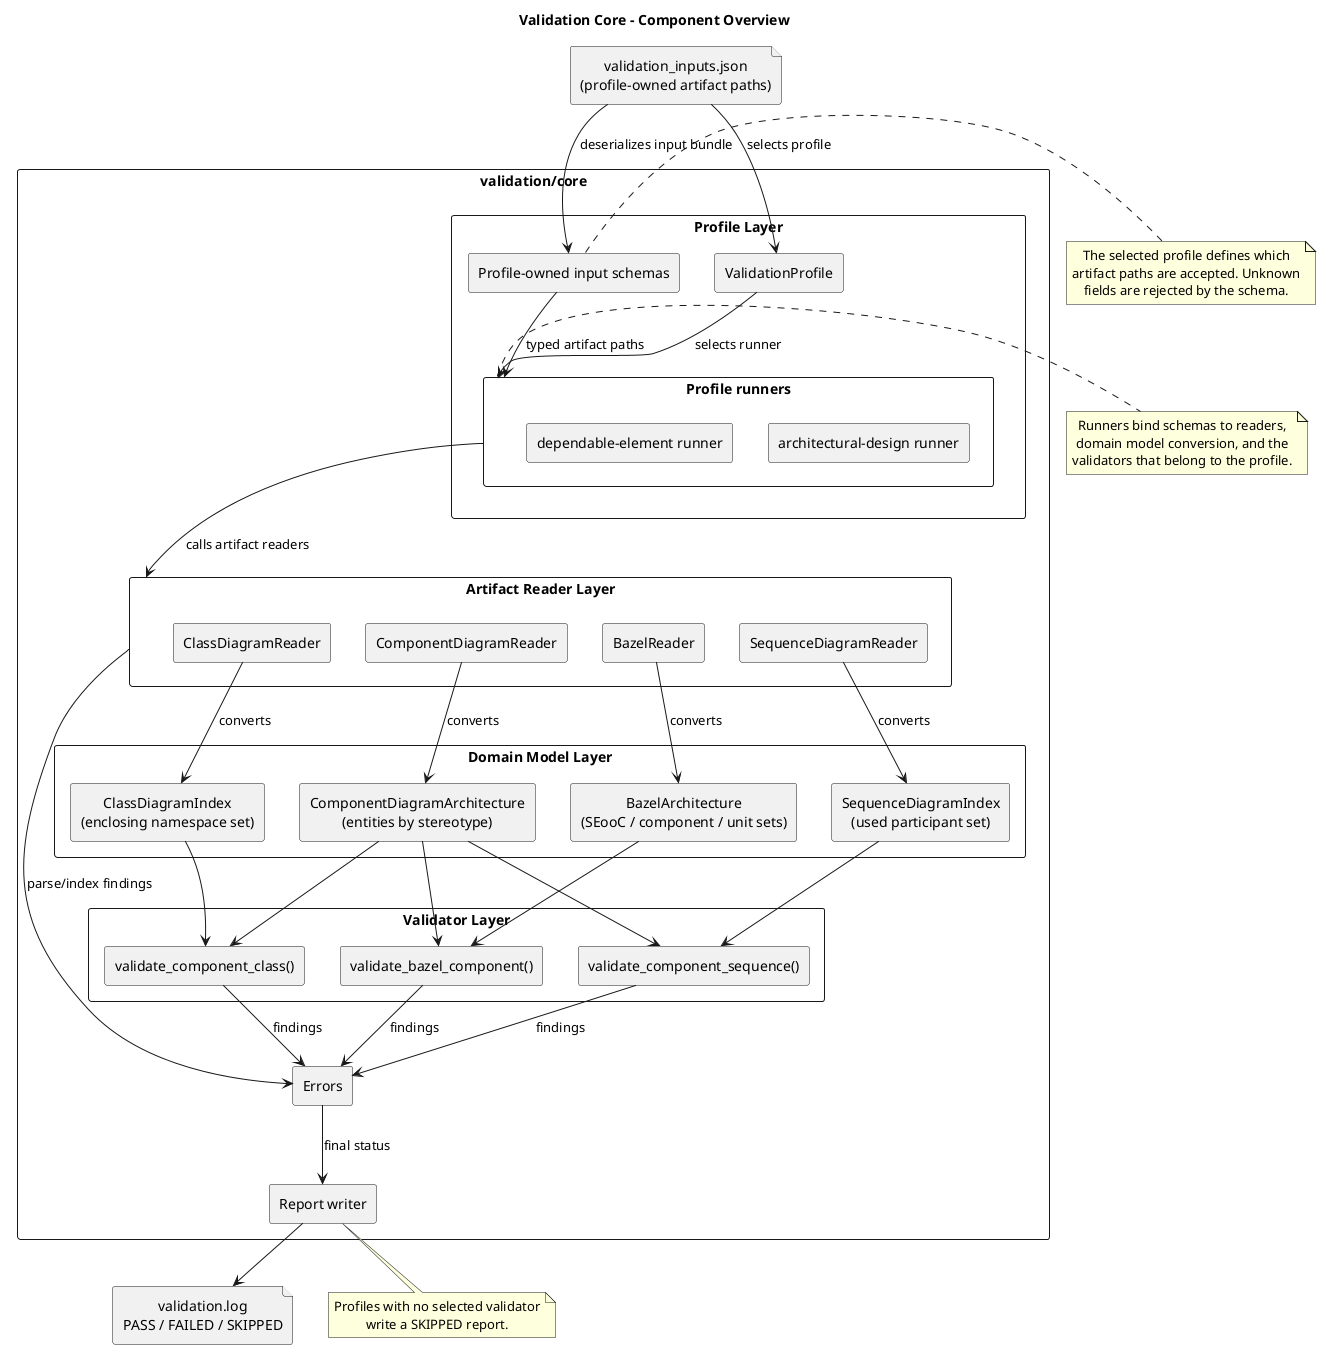
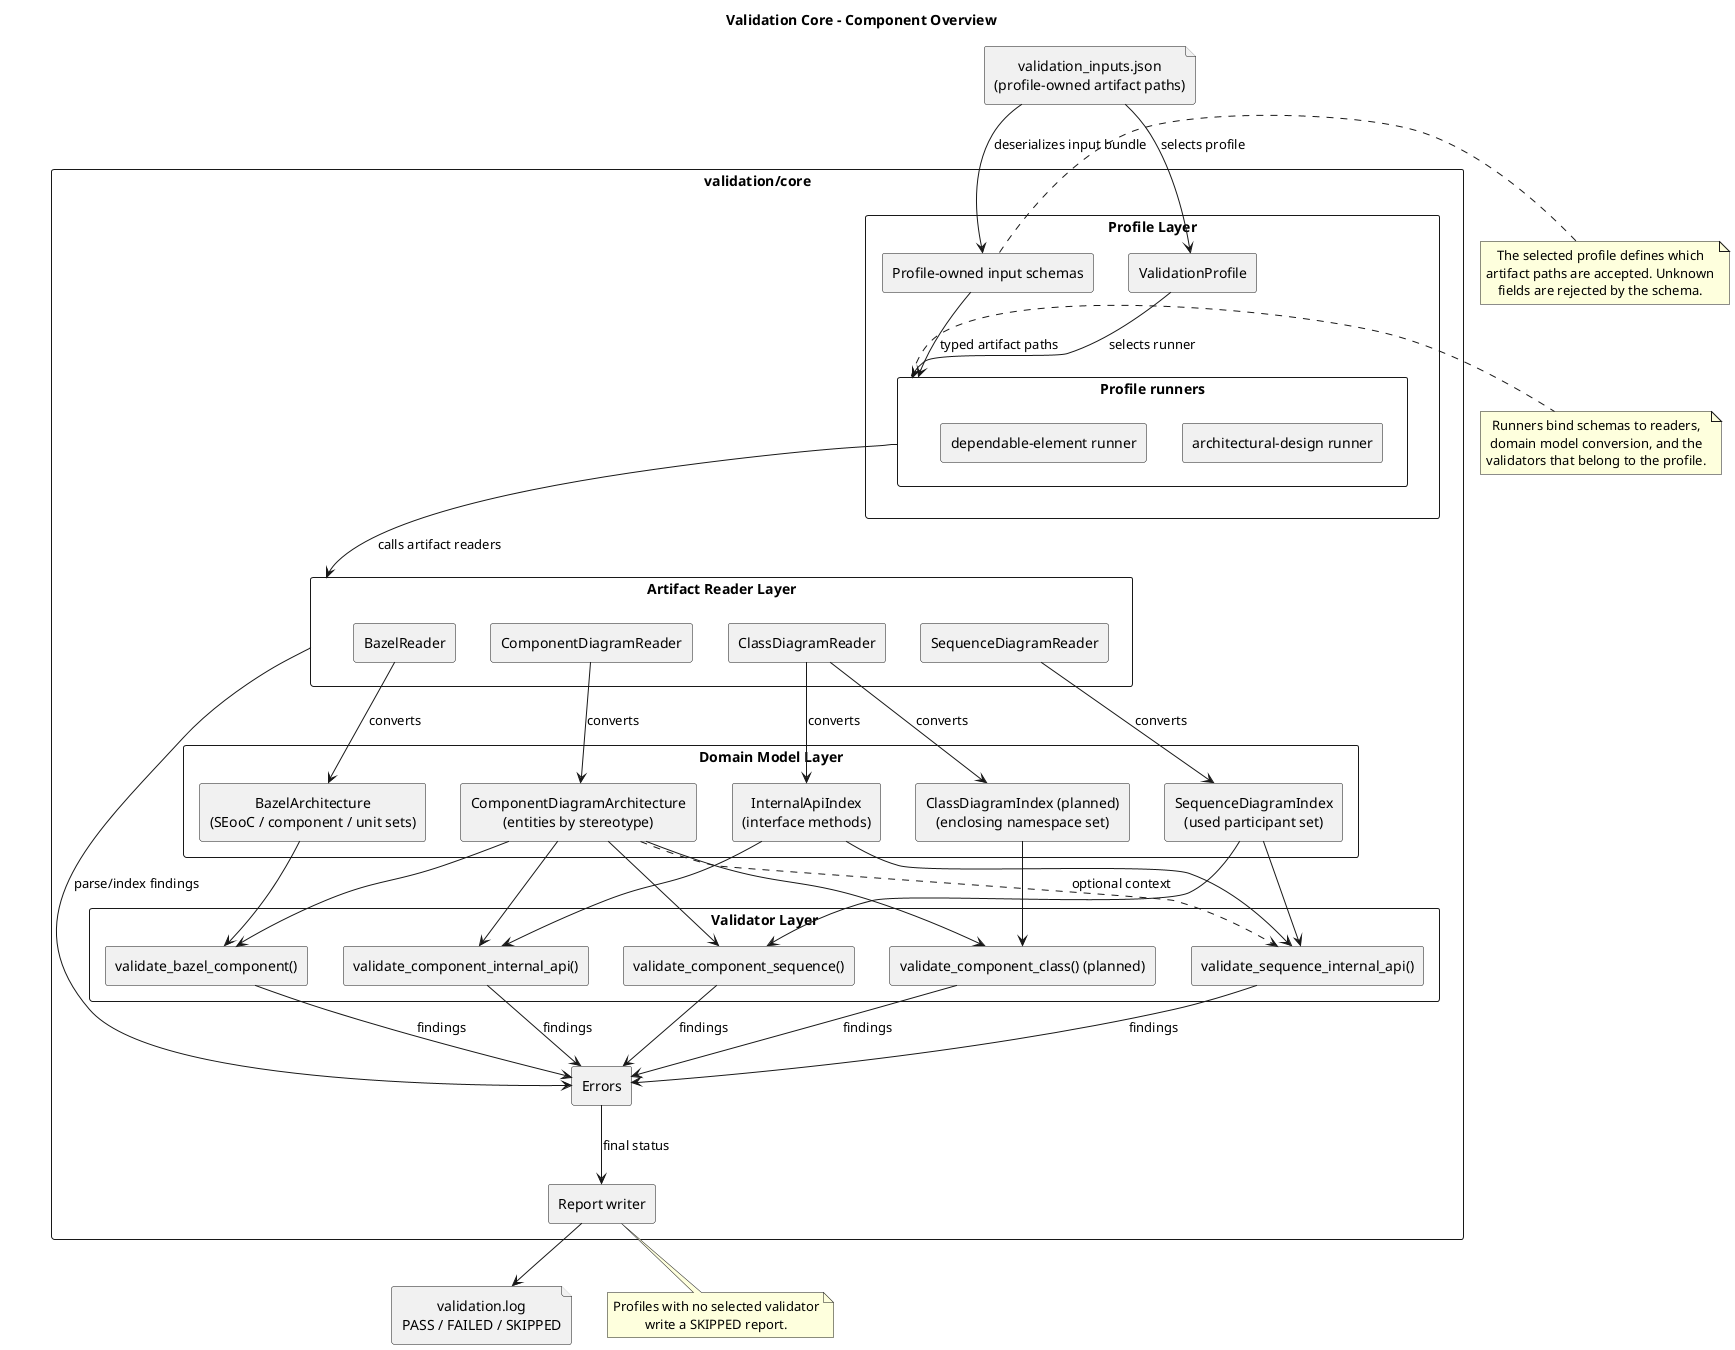
' *******************************************************************************
' Copyright (c) 2026 Contributors to the Eclipse Foundation
'
' See the NOTICE file(s) distributed with this work for additional
' information regarding copyright ownership.
'
' This program and the accompanying materials are made available under the
' terms of the Apache License Version 2.0 which is available at
' https://www.apache.org/licenses/LICENSE-2.0
'
' SPDX-License-Identifier: Apache-2.0
' *******************************************************************************

@startuml validation_core_overview
title Validation Core - Component Overview

skinparam packageStyle rectangle
skinparam shadowing false
skinparam defaultTextAlignment center
skinparam componentStyle rectangle

' Input bundle: external contract for profile-owned artifact paths
file "validation_inputs.json\n(profile-owned artifact paths)" as InputBundle

package "validation/core" {
  ' Profiles: select validation scope and own input schemas
  package "Profile Layer" as ProfileLayer {
    component "ValidationProfile" as Profile
    component "Profile-owned input schemas" as Schemas
    package "Profile runners" as Runners {
      component "architectural-design runner" as ADRunner
      component "dependable-element runner" as DERunner
    }
  }

  ' Readers: parse raw file formats into typed raw models
  package "Artifact Reader Layer" as ReaderLayer {
    component "BazelReader" as BR
    component "ComponentDiagramReader" as CDR
    component "SequenceDiagramReader" as SDR
    component "ClassDiagramReader" as ClDR
  }

  ' Models: indexed, query-ready in-memory representations
  package "Domain Model Layer" as ModelLayer {
    component "BazelArchitecture\n(SEooC / component / unit sets)" as MBazel
    component "ComponentDiagramArchitecture\n(entities by stereotype)" as MComp
    component "SequenceDiagramIndex\n(used participant set)" as MSeq
-     component "ClassDiagramIndex\n(enclosing namespace set)" as MClass
+     component "ClassDiagramIndex (planned)\n(enclosing namespace set)" as MClass
+     component "InternalApiIndex\n(interface methods)" as MInternalApi
  }

  ' Validators: compare domain models and return accumulated findings
  package "Validator Layer" as ValidatorLayer {
    component "validate_bazel_component()" as VBC
-     component "validate_component_class()" as VCC
+     component "validate_component_class() (planned)" as VCC
+     component "validate_component_internal_api()" as VCIA
    component "validate_component_sequence()" as VCS
+     component "validate_sequence_internal_api()" as VSIA
  }

  ' Reporting: collect findings and write validation reports
  component "Errors" as Err
  component "Report writer" as ReportWriter
}

file "validation.log\nPASS / FAILED / SKIPPED" as Report

' Profile runners: orchestrate readers, model conversion, and validators
InputBundle --> Profile : selects profile
InputBundle --> Schemas : deserializes input bundle
Profile --> Runners : selects runner
Schemas --> Runners : typed artifact paths

' Model conversion: convert typed raw models into validation domain models
Runners --> ReaderLayer : calls artifact readers
BR --> MBazel : converts
CDR --> MComp : converts
SDR --> MSeq : converts
ClDR --> MClass : converts
+ ClDR --> MInternalApi : converts

' Validator inputs: consume only the domain models required by each rule
MBazel --> VBC
MComp  --> VBC
MComp  --> VCC
+ MComp  --> VCIA
MComp  --> VCS
+ MComp  ..> VSIA : optional context
MClass --> VCC
MSeq   --> VCS
+ MSeq   --> VSIA
+ MInternalApi --> VCIA
+ MInternalApi --> VSIA

' Findings: merge reader and validator findings into one report
VBC --> Err : findings
+ VCC --> Err : findings
+ VCIA --> Err : findings
VCS --> Err : findings
- VCC --> Err : findings
+ VSIA --> Err : findings
ReaderLayer --> Err : parse/index findings
Err --> ReportWriter : final status
ReportWriter --> Report

note right of Schemas
  The selected profile defines which
  artifact paths are accepted. Unknown
  fields are rejected by the schema.
end note

note right of Runners
  Runners bind schemas to readers,
  domain model conversion, and the
  validators that belong to the profile.
end note

note bottom of ReportWriter
  Profiles with no selected validator
  write a SKIPPED report.
end note

@enduml
